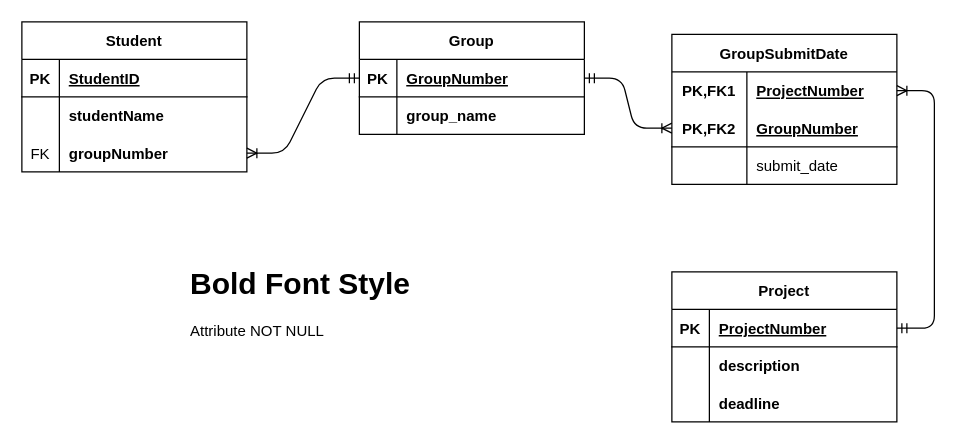
Before: page "Page-2" (1 of 2) of Design/EntityRelationshipDiagrams.drawio in SadNguyen2107/CS256_Part1, a draw.io diagram. Source tidied: cells renumbered, new cells numbered last; positions are measured from the earlier drawing's top-left corner, leaving out a move shared by most shapes. Both pictures are drawn from the tidied source at 125%, with x=0, y=0 at pixel (21, 21).
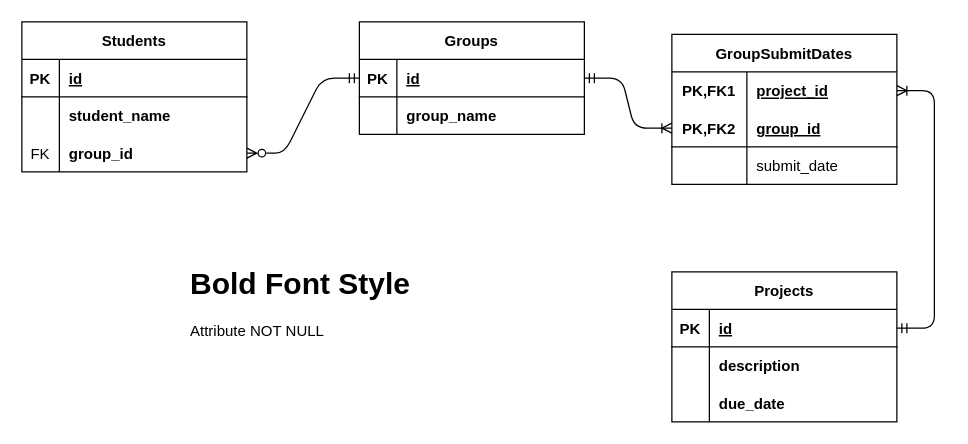
The same page after the edit.

The change refers to these unchanged cells:
```xml
<mxCell id="3" style="shape=tableRow;horizontal=0;startSize=0;swimlaneHead=0;swimlaneBody=0;fillColor=none;top=0;left=0;right=0;bottom=1;rounded=1;" parent="2" vertex="1">
  <mxGeometry y="30" width="180" height="30" as="geometry" />
</mxCell>
<mxCell id="6" style="shape=tableRow;horizontal=0;startSize=0;swimlaneHead=0;swimlaneBody=0;fillColor=none;top=0;left=0;right=0;bottom=0;rounded=1;" parent="2" vertex="1">
  <mxGeometry y="60" width="180" height="30" as="geometry" />
</mxCell>
<mxCell id="9" style="shape=tableRow;horizontal=0;startSize=0;swimlaneHead=0;swimlaneBody=0;fillColor=none;points=[[0,0.5],[1,0.5]];portConstraint=eastwest;top=0;left=0;right=0;bottom=0;rounded=1;" parent="2" vertex="1">
  <mxGeometry y="90" width="180" height="30" as="geometry" />
</mxCell>
<mxCell id="13" style="shape=tableRow;horizontal=0;startSize=0;swimlaneHead=0;swimlaneBody=0;fillColor=none;points=[[0,0.5],[1,0.5]];portConstraint=eastwest;top=0;left=0;right=0;bottom=1;rounded=1;" parent="12" vertex="1">
  <mxGeometry y="30" width="180" height="30" as="geometry" />
</mxCell>
<mxCell id="20" style="shape=tableRow;horizontal=0;startSize=0;swimlaneHead=0;swimlaneBody=0;fillColor=none;points=[[0,0.5],[1,0.5]];portConstraint=eastwest;top=0;left=0;right=0;bottom=1;rounded=1;" parent="19" vertex="1">
  <mxGeometry y="30" width="180" height="30" as="geometry" />
</mxCell>
<mxCell id="26" style="shape=tableRow;horizontal=0;startSize=0;swimlaneHead=0;swimlaneBody=0;fillColor=none;top=0;left=0;right=0;bottom=0;rounded=1;" parent="19" vertex="1">
  <mxGeometry y="90" width="180" height="30" as="geometry" />
</mxCell>
<mxCell id="30" style="shape=tableRow;horizontal=0;startSize=0;swimlaneHead=0;swimlaneBody=0;fillColor=none;points=[[0,0.5],[1,0.5]];portConstraint=eastwest;top=0;left=0;right=0;bottom=0;" parent="29" vertex="1">
  <mxGeometry y="30" width="180" height="30" as="geometry" />
</mxCell>
<mxCell id="33" style="shape=tableRow;horizontal=0;startSize=0;swimlaneHead=0;swimlaneBody=0;fillColor=none;points=[[0,0.5],[1,0.5]];portConstraint=eastwest;top=0;left=0;right=0;bottom=1;" parent="29" vertex="1">
  <mxGeometry y="60" width="180" height="30" as="geometry" />
</mxCell>
```

Diff of the diagram source:
```diff
@@
-    <mxCell id="2" value="Student" style="shape=table;startSize=30;childLayout=tableLayout;rowLines=0;fontStyle=1;align=center;rounded=0;" parent="1" vertex="1">
+    <mxCell id="2" value="Students" style="shape=table;startSize=30;childLayout=tableLayout;rowLines=0;fontStyle=1;align=center;rounded=0;" parent="1" vertex="1">
       <mxGeometry width="180" height="120" as="geometry" />
     </mxCell>
@@
-    <mxCell id="5" value="StudentID" style="shape=partialRectangle;fillColor=none;top=0;left=0;bottom=0;right=0;align=left;spacingLeft=6;fontStyle=5;overflow=hidden;rounded=1;" parent="3" vertex="1">
+    <mxCell id="5" value="id" style="shape=partialRectangle;fillColor=none;top=0;left=0;bottom=0;right=0;align=left;spacingLeft=6;fontStyle=5;overflow=hidden;rounded=1;" parent="3" vertex="1">
       <mxGeometry x="30" width="150" height="30" as="geometry" />
     </mxCell>
@@
-    <mxCell id="8" value="studentName" style="shape=partialRectangle;fillColor=none;top=0;left=0;bottom=0;right=0;align=left;spacingLeft=6;overflow=hidden;rounded=1;fontStyle=1;" parent="6" vertex="1">
+    <mxCell id="8" value="student_name" style="shape=partialRectangle;fillColor=none;top=0;left=0;bottom=0;right=0;align=left;spacingLeft=6;overflow=hidden;rounded=1;fontStyle=1;" parent="6" vertex="1">
       <mxGeometry x="30" width="150" height="30" as="geometry" />
     </mxCell>
@@
-    <mxCell id="11" value="groupNumber" style="shape=partialRectangle;fillColor=none;top=0;left=0;bottom=0;right=0;align=left;spacingLeft=6;overflow=hidden;rounded=1;fontStyle=1;" parent="9" vertex="1">
+    <mxCell id="11" value="group_id" style="shape=partialRectangle;fillColor=none;top=0;left=0;bottom=0;right=0;align=left;spacingLeft=6;overflow=hidden;rounded=1;fontStyle=1;" parent="9" vertex="1">
       <mxGeometry x="30" width="150" height="30" as="geometry" />
     </mxCell>
-    <mxCell id="12" value="Group" style="shape=table;startSize=30;childLayout=tableLayout;rowLines=0;fontStyle=1;align=center;rounded=0;" parent="1" vertex="1">
+    <mxCell id="12" value="Groups" style="shape=table;startSize=30;childLayout=tableLayout;rowLines=0;fontStyle=1;align=center;rounded=0;" parent="1" vertex="1">
       <mxGeometry x="270" width="180" height="90" as="geometry" />
     </mxCell>
@@
-    <mxCell id="15" value="GroupNumber" style="shape=partialRectangle;fillColor=none;top=0;left=0;bottom=0;right=0;align=left;spacingLeft=6;fontStyle=5;overflow=hidden;rounded=1;" parent="13" vertex="1">
+    <mxCell id="15" value="id" style="shape=partialRectangle;fillColor=none;top=0;left=0;bottom=0;right=0;align=left;spacingLeft=6;fontStyle=5;overflow=hidden;rounded=1;" parent="13" vertex="1">
       <mxGeometry x="30" width="150" height="30" as="geometry" />
     </mxCell>
@@
-    <mxCell id="19" value="Project" style="shape=table;startSize=30;childLayout=tableLayout;rowLines=0;fontStyle=1;align=center;rounded=0;" parent="1" vertex="1">
+    <mxCell id="19" value="Projects" style="shape=table;startSize=30;childLayout=tableLayout;rowLines=0;fontStyle=1;align=center;rounded=0;" parent="1" vertex="1">
       <mxGeometry x="520" y="200" width="180" height="120" as="geometry" />
     </mxCell>
@@
-    <mxCell id="22" value="ProjectNumber" style="shape=partialRectangle;fillColor=none;top=0;left=0;bottom=0;right=0;align=left;spacingLeft=6;fontStyle=5;overflow=hidden;rounded=1;" parent="20" vertex="1">
+    <mxCell id="22" value="id" style="shape=partialRectangle;fillColor=none;top=0;left=0;bottom=0;right=0;align=left;spacingLeft=6;fontStyle=5;overflow=hidden;rounded=1;" parent="20" vertex="1">
       <mxGeometry x="30" width="150" height="30" as="geometry" />
     </mxCell>
@@
-    <mxCell id="28" value="deadline" style="shape=partialRectangle;fillColor=none;top=0;left=0;bottom=0;right=0;align=left;spacingLeft=6;overflow=hidden;rounded=1;fontStyle=1;" parent="26" vertex="1">
+    <mxCell id="28" value="due_date" style="shape=partialRectangle;fillColor=none;top=0;left=0;bottom=0;right=0;align=left;spacingLeft=6;overflow=hidden;rounded=1;fontStyle=1;" parent="26" vertex="1">
       <mxGeometry x="30" width="150" height="30" as="geometry" />
     </mxCell>
-    <mxCell id="29" value="GroupSubmitDate" style="shape=table;startSize=30;childLayout=tableLayout;rowLines=0;fontStyle=1;align=center;" parent="1" vertex="1">
+    <mxCell id="29" value="GroupSubmitDates" style="shape=table;startSize=30;childLayout=tableLayout;rowLines=0;fontStyle=1;align=center;" parent="1" vertex="1">
       <mxGeometry x="520" y="10" width="180" height="120" as="geometry" />
     </mxCell>
@@
-    <mxCell id="32" value="ProjectNumber" style="shape=partialRectangle;fillColor=none;top=0;left=0;bottom=0;right=0;align=left;spacingLeft=6;fontStyle=5;overflow=hidden;" parent="30" vertex="1">
+    <mxCell id="32" value="project_id" style="shape=partialRectangle;fillColor=none;top=0;left=0;bottom=0;right=0;align=left;spacingLeft=6;fontStyle=5;overflow=hidden;" parent="30" vertex="1">
       <mxGeometry x="60" width="120" height="30" as="geometry" />
     </mxCell>
@@
-    <mxCell id="35" value="GroupNumber" style="shape=partialRectangle;fillColor=none;top=0;left=0;bottom=0;right=0;align=left;spacingLeft=6;fontStyle=5;overflow=hidden;" parent="33" vertex="1">
+    <mxCell id="35" value="group_id" style="shape=partialRectangle;fillColor=none;top=0;left=0;bottom=0;right=0;align=left;spacingLeft=6;fontStyle=5;overflow=hidden;" parent="33" vertex="1">
       <mxGeometry x="60" width="120" height="30" as="geometry" />
     </mxCell>
@@
-    <mxCell id="39" style="edgeStyle=entityRelationEdgeStyle;fontSize=12;html=1;endArrow=ERmandOne;startArrow=ERoneToMany;shadow=0;startFill=0;exitX=1;exitY=0.5;exitDx=0;exitDy=0;entryX=0;entryY=0.5;entryDx=0;entryDy=0;" parent="1" edge="1" source="9" target="13">
+    <mxCell id="39" style="edgeStyle=entityRelationEdgeStyle;fontSize=12;html=1;endArrow=ERmandOne;startArrow=ERzeroToMany;shadow=0;startFill=0;exitX=1;exitY=0.5;exitDx=0;exitDy=0;entryX=0;entryY=0.5;entryDx=0;entryDy=0;" parent="1" edge="1" source="9" target="13">
       <mxGeometry relative="1" as="geometry" />
     </mxCell>
```
